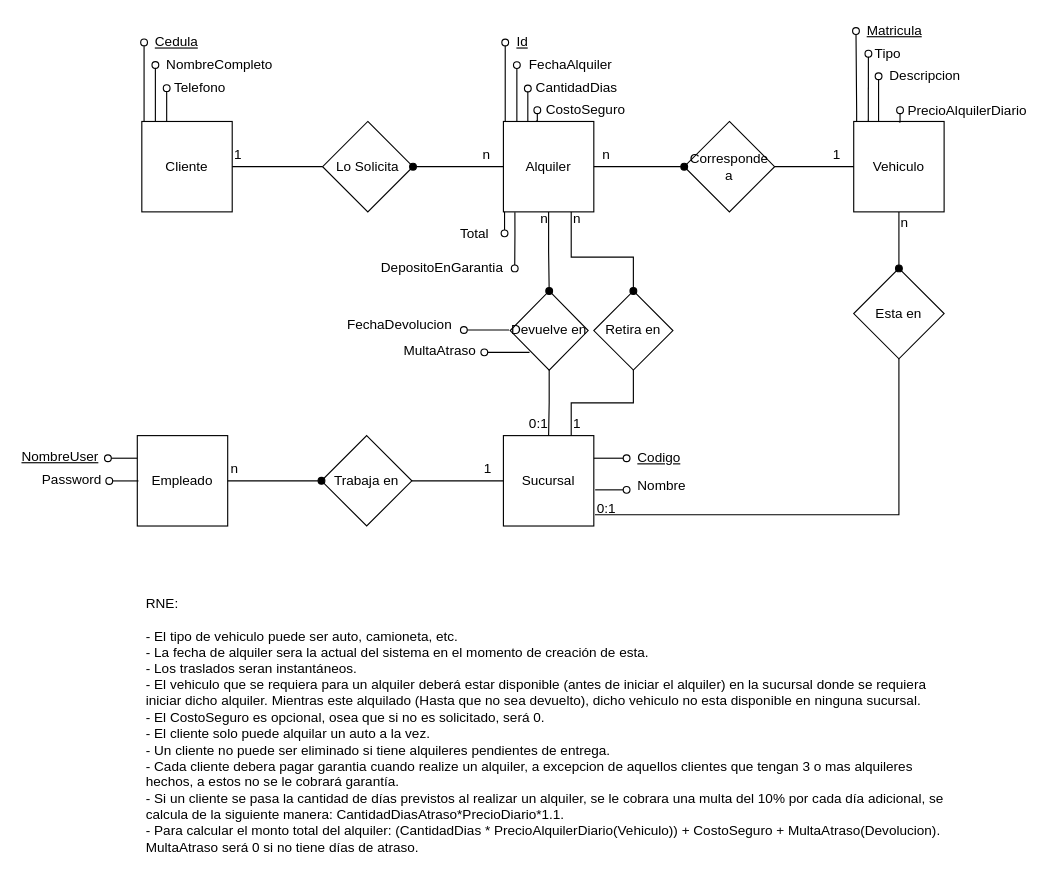
Before: Diagramas/MER.drawio in KaTTNico/BIOSRent, a draw.io diagram. Source tidied: cells renumbered, new cells numbered last; positions are measured from the earlier drawing's top-left corner, leaving out a move shared by most shapes. Both pictures are drawn from the tidied source at 113%, with x=0, y=0 at pixel (19, 19).
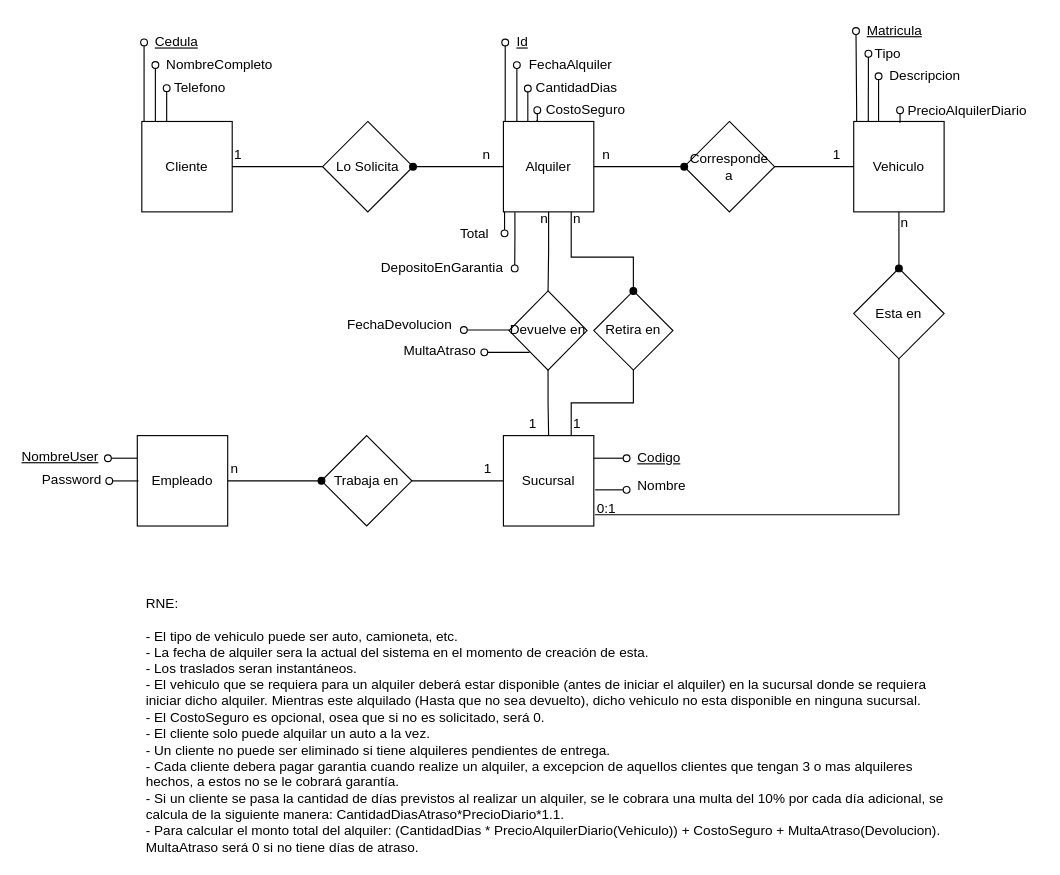
After the change.

Unchanged cells that the change refers to:
```xml
<mxCell id="2" value="Alquiler" style="whiteSpace=wrap;html=1;" parent="1" vertex="1">
  <mxGeometry x="428" y="90" width="80" height="80" as="geometry" />
</mxCell>
```

What changed in the source:
```diff
@@
     <mxCell id="63" value="Devuelve en" style="rhombus;whiteSpace=wrap;html=1;" parent="1" vertex="1">
-      <mxGeometry x="434" y="240" width="69" height="70" as="geometry" />
+      <mxGeometry x="433" y="240" width="69" height="70" as="geometry" />
     </mxCell>
@@
-    <mxCell id="67" style="edgeStyle=orthogonalEdgeStyle;rounded=0;jettySize=auto;html=1;exitX=0.5;exitY=1;exitDx=0;exitDy=0;entryX=0.5;entryY=0;entryDx=0;entryDy=0;endArrow=oval;endFill=1;" parent="1" edge="1" source="2" target="63">
+    <mxCell id="67" style="edgeStyle=orthogonalEdgeStyle;rounded=0;jettySize=auto;html=1;exitX=0.5;exitY=1;exitDx=0;exitDy=0;entryX=0.5;entryY=0;entryDx=0;entryDy=0;endArrow=none;endFill=0;" parent="1" edge="1" source="2" target="63">
       <mxGeometry relative="1" as="geometry" />
     </mxCell>
@@
-    <mxCell id="75" value="0:1" style="text;html=1;align=left;verticalAlign=top;spacingTop=-4;" parent="1" vertex="1">
-      <mxGeometry x="449" y="348" width="30" height="20" as="geometry" />
+    <mxCell id="75" value="1" style="text;html=1;align=left;verticalAlign=top;spacingTop=-4;" parent="1" vertex="1">
+      <mxGeometry x="449" y="348" width="20" height="20" as="geometry" />
     </mxCell>
```
